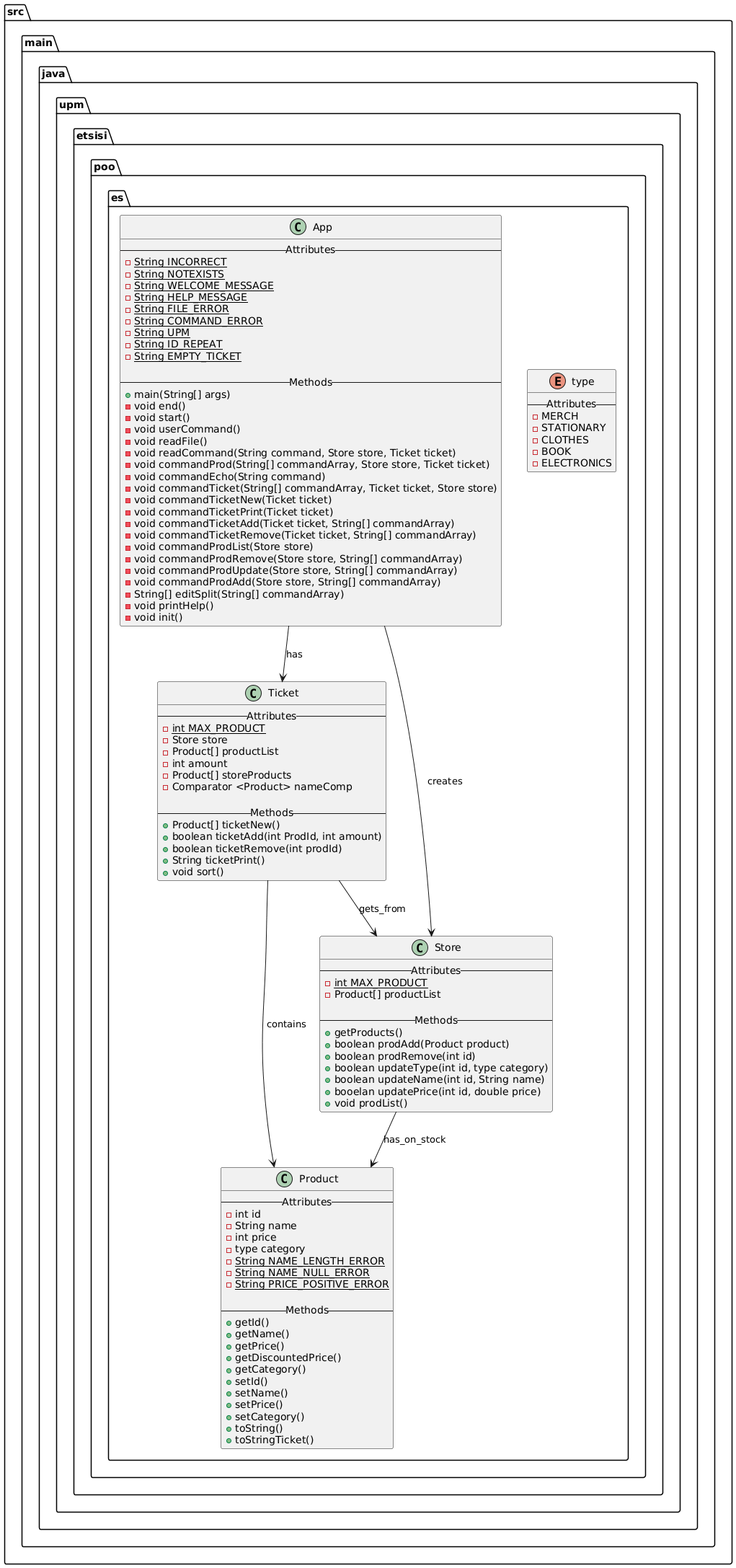
Above: Uml.png in MiguelA021/Proyecto-Poo (PlantUML), before the change.
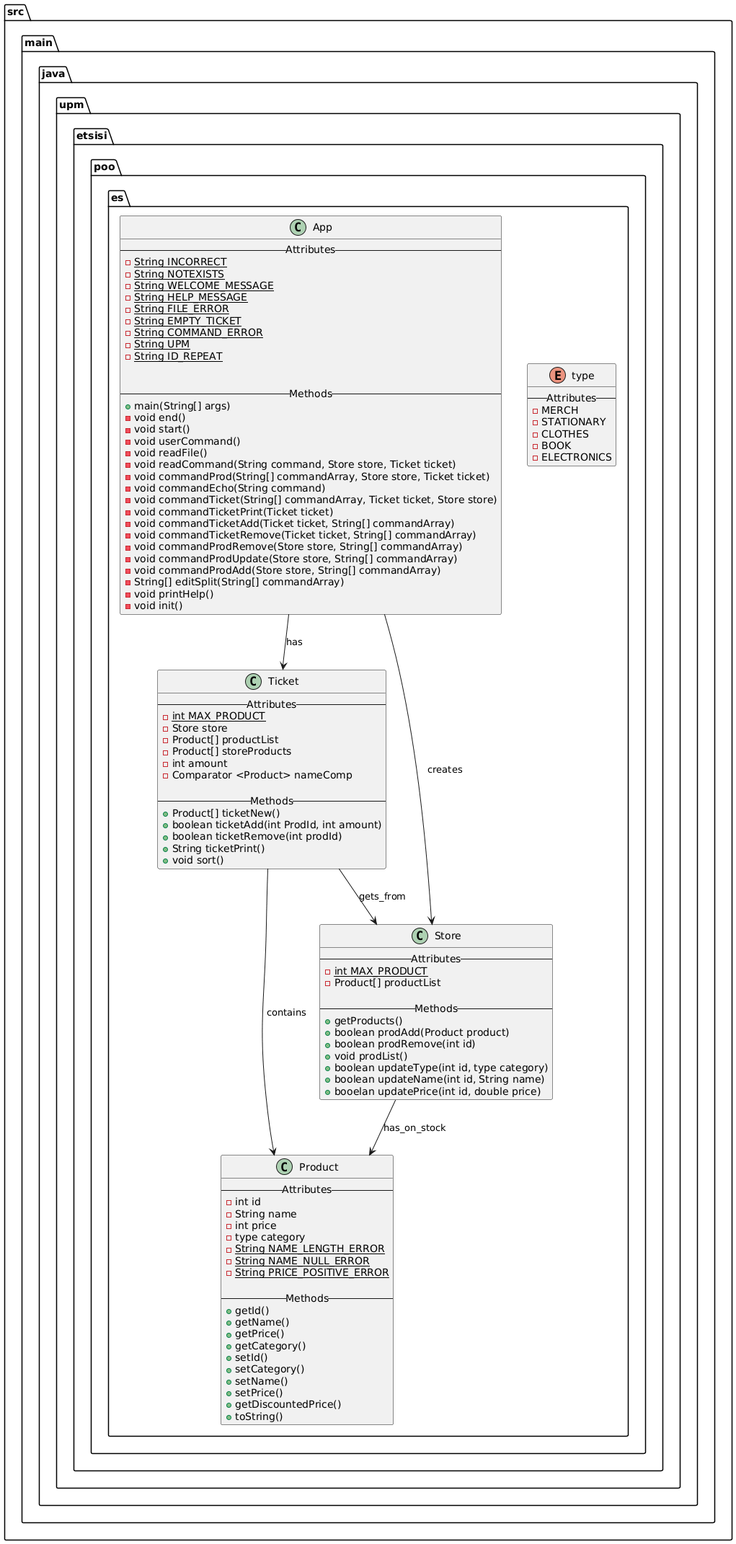
Above is the later version.

Diff of the diagram source:
```diff
@@ -7,10 +7,11 @@
  -{static} String WELCOME_MESSAGE
  -{static} String HELP_MESSAGE
  -{static} String FILE_ERROR
+ -{static} String EMPTY_TICKET
  -{static} String COMMAND_ERROR
  -{static} String UPM
  -{static} String ID_REPEAT
- -{static} String EMPTY_TICKET
+
 
 --  Methods --
  +main(String[] args)
@@ -22,11 +23,9 @@
  -void commandProd(String[] commandArray, Store store, Ticket ticket)
  -void commandEcho(String command)
  -void commandTicket(String[] commandArray, Ticket ticket, Store store)
- -void commandTicketNew(Ticket ticket)
  -void commandTicketPrint(Ticket ticket)
  -void commandTicketAdd(Ticket ticket, String[] commandArray)
  -void commandTicketRemove(Ticket ticket, String[] commandArray)
- -void commandProdList(Store store)
  -void commandProdRemove(Store store, String[] commandArray)
  -void commandProdUpdate(Store store, String[] commandArray)
  -void commandProdAdd(Store store, String[] commandArray)
@@ -40,8 +39,8 @@
  -{static} int MAX_PRODUCT
  -Store store
  -Product[] productList
+ -Product[] storeProducts
  -int amount
- -Product[] storeProducts
  -Comparator <Product> nameComp
 
 --  Methods --
@@ -66,14 +65,13 @@
  +getId()
  +getName()
  +getPrice()
- +getDiscountedPrice()
  +getCategory()
  +setId()
+ +setCategory()
  +setName()
  +setPrice()
- +setCategory()
+ +getDiscountedPrice()
  +toString()
- +toStringTicket()
 }
 
 class Store{
@@ -85,10 +83,10 @@
  +getProducts()
  +boolean prodAdd(Product product)
  +boolean prodRemove(int id)
+ +void prodList()
  +boolean updateType(int id, type category)
  +boolean updateName(int id, String name)
  +booelan updatePrice(int id, double price)
- +void prodList()
 }
 
 enum type{
```
